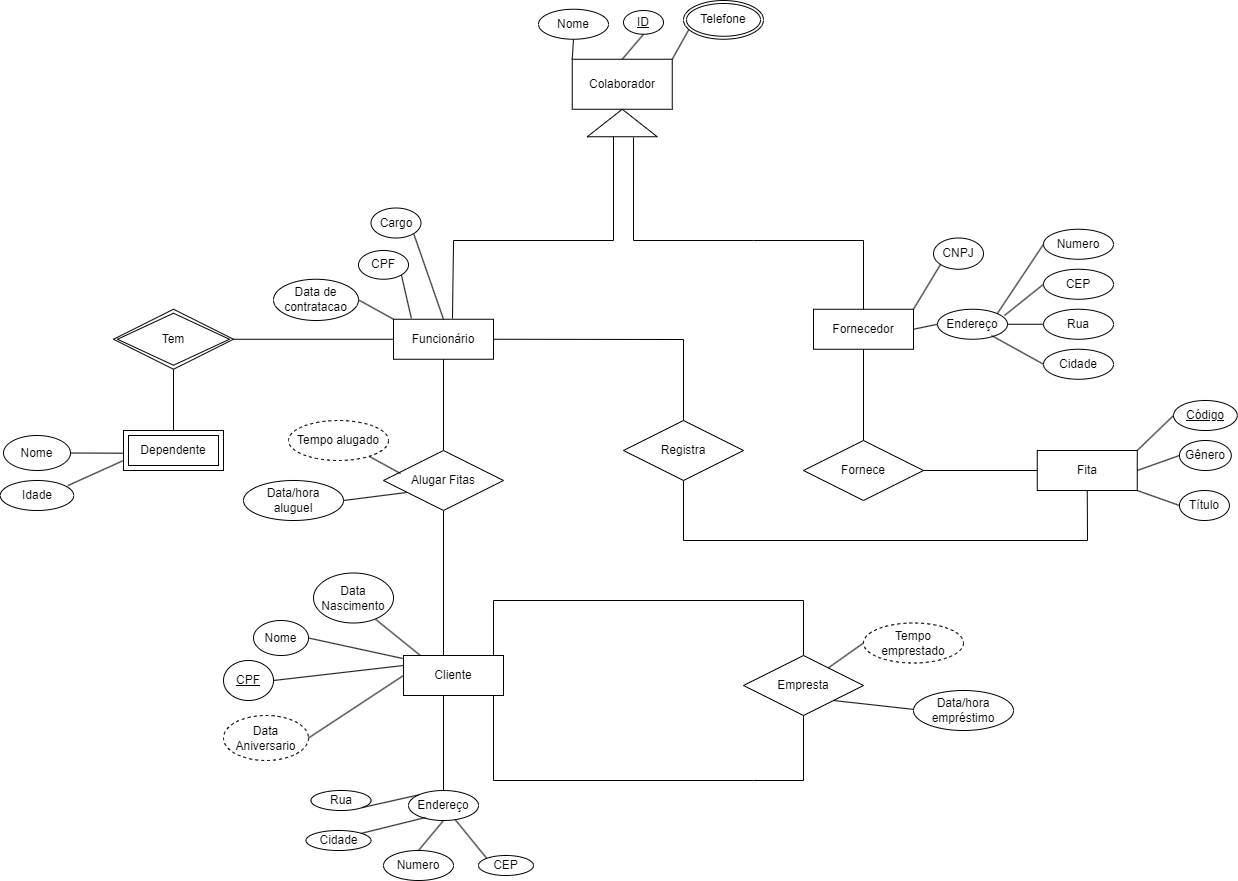
The draw.io diagram Database Diagram.drawio.png in ivanalves-t/DataBaseMER, before a commit. Source tidied: cells renumbered, new cells last; positions are measured from the earlier drawing's top-left corner, leaving out a move shared by most shapes.
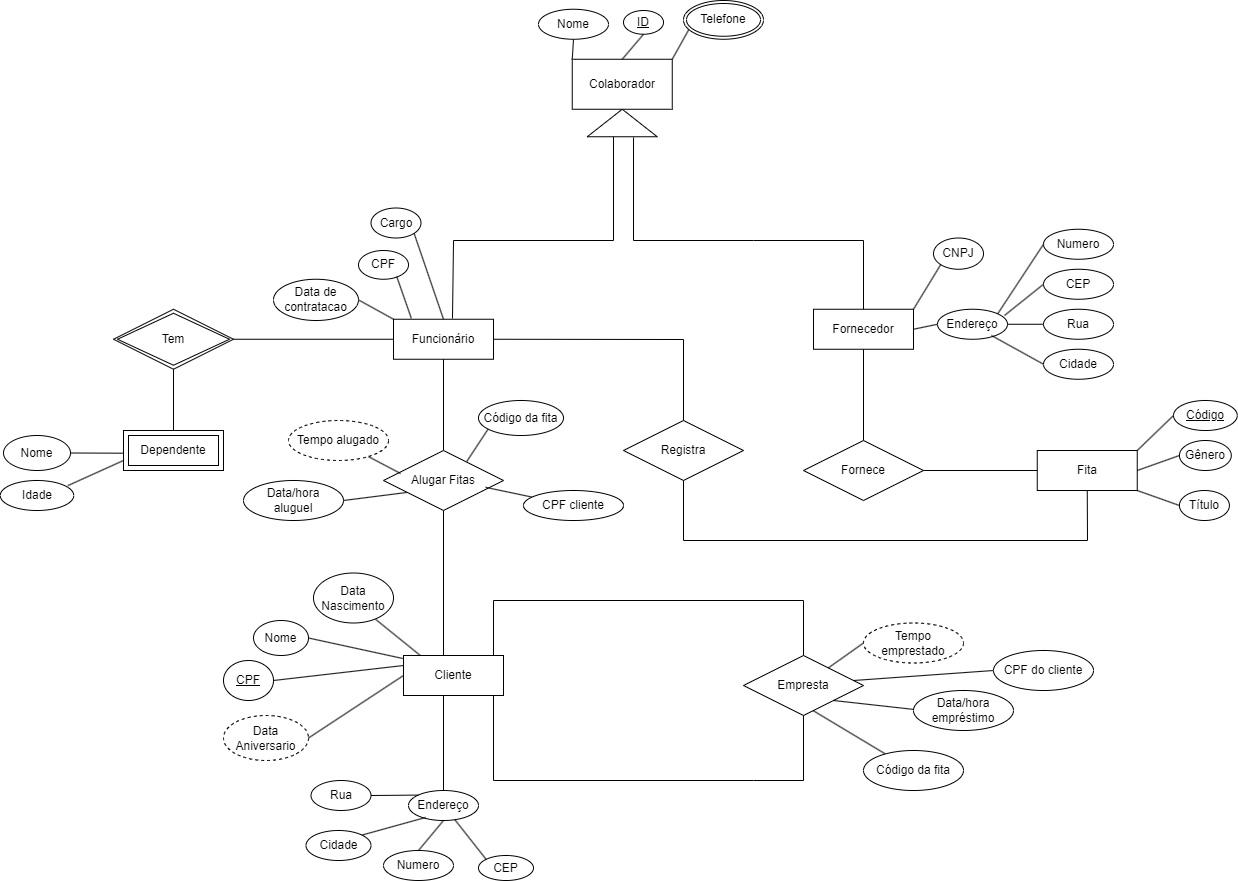
The same diagram one commit later.

The edit, as a diff of the source:
```diff
@@ -107,7 +107,7 @@
     <mxCell id="34" value="Data de contratacao" style="ellipse;whiteSpace=wrap;html=1;align=center;" parent="1" vertex="1">
       <mxGeometry x="273" y="278.8" width="85" height="41.2" as="geometry" />
     </mxCell>
-    <mxCell id="35" style="endArrow=none;html=1;rounded=0;exitX=1;exitY=1;exitDx=0;exitDy=0;entryX=0.178;entryY=-0.026;entryDx=0;entryDy=0;entryPerimeter=0;" parent="1" edge="1" source="33" target="5">
+    <mxCell id="35" style="endArrow=none;html=1;rounded=0;exitX=0.765;exitY=0.906;exitDx=0;exitDy=0;entryX=0.178;entryY=-0.026;entryDx=0;entryDy=0;entryPerimeter=0;exitPerimeter=0;" parent="1" edge="1" source="33" target="5">
       <mxGeometry relative="1" as="geometry" />
     </mxCell>
     <mxCell id="36" style="endArrow=none;html=1;rounded=0;exitX=1;exitY=0.5;exitDx=0;exitDy=0;entryX=0;entryY=0;entryDx=0;entryDy=0;" parent="1" edge="1" source="34" target="5">
@@ -120,13 +120,13 @@
       <mxGeometry x="408" y="790" width="70" height="30" as="geometry" />
     </mxCell>
     <mxCell id="39" value="Rua&lt;span style=&quot;color: rgba(0, 0, 0, 0); font-family: monospace; font-size: 0px; text-align: start; text-wrap: nowrap;&quot;&gt;%3CmxGraphModel%3E%3Croot%3E%3CmxCell%20id%3D%220%22%2F%3E%3CmxCell%20id%3D%221%22%20parent%3D%220%22%2F%3E%3CmxCell%20id%3D%222%22%20value%3D%22Endere%C3%A7o%22%20style%3D%22ellipse%3BwhiteSpace%3Dwrap%3Bhtml%3D1%3Balign%3Dcenter%3B%22%20vertex%3D%221%22%20parent%3D%221%22%3E%3CmxGeometry%20x%3D%22360%22%20y%3D%22220%22%20width%3D%2270%22%20height%3D%2230%22%20as%3D%22geometry%22%2F%3E%3C%2FmxCell%3E%3C%2Froot%3E%3C%2FmxGraphModel%3E&lt;/span&gt;&lt;span style=&quot;color: rgba(0, 0, 0, 0); font-family: monospace; font-size: 0px; text-align: start; text-wrap: nowrap;&quot;&gt;%3CmxGraphModel%3E%3Croot%3E%3CmxCell%20id%3D%220%22%2F%3E%3CmxCell%20id%3D%221%22%20parent%3D%220%22%2F%3E%3CmxCell%20id%3D%222%22%20value%3D%22Endere%C3%A7o%22%20style%3D%22ellipse%3BwhiteSpace%3Dwrap%3Bhtml%3D1%3Balign%3Dcenter%3B%22%20vertex%3D%221%22%20parent%3D%221%22%3E%3CmxGeometry%20x%3D%22360%22%20y%3D%22220%22%20width%3D%2270%22%20height%3D%2230%22%20as%3D%22geometry%22%2F%3E%3C%2FmxCell%3E%3C%2Froot%3E%3C%2FmxGraphModel%3E&lt;/span&gt;" style="ellipse;whiteSpace=wrap;html=1;align=center;" parent="1" vertex="1">
-      <mxGeometry x="310.5" y="790" width="60" height="20" as="geometry" />
+      <mxGeometry x="310.5" y="780" width="60" height="30" as="geometry" />
     </mxCell>
     <mxCell id="40" value="CEP" style="ellipse;whiteSpace=wrap;html=1;align=center;" parent="1" vertex="1">
-      <mxGeometry x="478" y="855" width="55" height="20" as="geometry" />
+      <mxGeometry x="478" y="855" width="55" height="25" as="geometry" />
     </mxCell>
     <mxCell id="41" value="Cidade" style="ellipse;whiteSpace=wrap;html=1;align=center;" parent="1" vertex="1">
-      <mxGeometry x="305.5" y="830" width="65" height="20" as="geometry" />
+      <mxGeometry x="305.5" y="830" width="65" height="30" as="geometry" />
     </mxCell>
     <mxCell id="42" value="Numero" style="ellipse;whiteSpace=wrap;html=1;align=center;" parent="1" vertex="1">
       <mxGeometry x="383" y="850" width="70" height="30" as="geometry" />
@@ -143,7 +143,7 @@
     <mxCell id="46" style="endArrow=none;html=1;rounded=0;exitX=0.243;exitY=0.9;exitDx=0;exitDy=0;entryX=1;entryY=0;entryDx=0;entryDy=0;exitPerimeter=0;" parent="1" edge="1" source="38" target="41">
       <mxGeometry relative="1" as="geometry" />
     </mxCell>
-    <mxCell id="47" style="endArrow=none;html=1;rounded=0;exitX=0;exitY=0;exitDx=0;exitDy=0;entryX=1;entryY=1;entryDx=0;entryDy=0;" parent="1" edge="1" source="38" target="39">
+    <mxCell id="47" style="endArrow=none;html=1;rounded=0;exitX=0;exitY=0;exitDx=0;exitDy=0;entryX=1;entryY=0.5;entryDx=0;entryDy=0;" parent="1" edge="1" source="38" target="39">
       <mxGeometry relative="1" as="geometry" />
     </mxCell>
     <mxCell id="48" style="endArrow=none;html=1;rounded=0;exitX=0;exitY=0.5;exitDx=0;exitDy=0;entryX=1;entryY=0.5;entryDx=0;entryDy=0;" parent="1" edge="1" source="67" target="43">
@@ -290,5 +290,29 @@
     <mxCell id="85" style="endArrow=none;html=1;rounded=0;exitX=1;exitY=0.5;exitDx=0;exitDy=0;entryX=0;entryY=0.25;entryDx=0;entryDy=0;" parent="1" edge="1" source="64" target="67">
       <mxGeometry relative="1" as="geometry" />
     </mxCell>
+    <mxCell id="86" style="endArrow=none;html=1;rounded=0;exitX=0.694;exitY=0.183;exitDx=0;exitDy=0;exitPerimeter=0;entryX=0.125;entryY=0.773;entryDx=0;entryDy=0;entryPerimeter=0;" parent="1" edge="1" source="68" target="87">
+      <mxGeometry relative="1" as="geometry" />
+    </mxCell>
+    <mxCell id="87" value="Código da fita" style="ellipse;whiteSpace=wrap;html=1;align=center;" parent="1" vertex="1">
+      <mxGeometry x="478" y="400" width="85" height="35" as="geometry" />
+    </mxCell>
+    <mxCell id="88" style="endArrow=none;html=1;rounded=0;exitX=0.851;exitY=0.614;exitDx=0;exitDy=0;exitPerimeter=0;" parent="1" edge="1" source="68" target="89">
+      <mxGeometry relative="1" as="geometry" />
+    </mxCell>
+    <mxCell id="89" value="CPF cliente" style="ellipse;whiteSpace=wrap;html=1;align=center;" parent="1" vertex="1">
+      <mxGeometry x="523" y="490" width="100" height="30" as="geometry" />
+    </mxCell>
+    <mxCell id="90" style="endArrow=none;html=1;rounded=0;exitX=0.583;exitY=0.922;exitDx=0;exitDy=0;exitPerimeter=0;" parent="1" edge="1" source="59" target="91">
+      <mxGeometry relative="1" as="geometry" />
+    </mxCell>
+    <mxCell id="91" value="Código da fita" style="ellipse;whiteSpace=wrap;html=1;align=center;" parent="1" vertex="1">
+      <mxGeometry x="863" y="750" width="100" height="40" as="geometry" />
+    </mxCell>
+    <mxCell id="92" style="endArrow=none;html=1;rounded=0;exitX=0.916;exitY=0.417;exitDx=0;exitDy=0;exitPerimeter=0;entryX=0;entryY=0.5;entryDx=0;entryDy=0;" parent="1" edge="1" source="59" target="93">
+      <mxGeometry relative="1" as="geometry" />
+    </mxCell>
+    <mxCell id="93" value="CPF do cliente" style="ellipse;whiteSpace=wrap;html=1;align=center;" parent="1" vertex="1">
+      <mxGeometry x="993" y="650" width="100" height="40" as="geometry" />
+    </mxCell>
   </root>
 </mxGraphModel>
```
